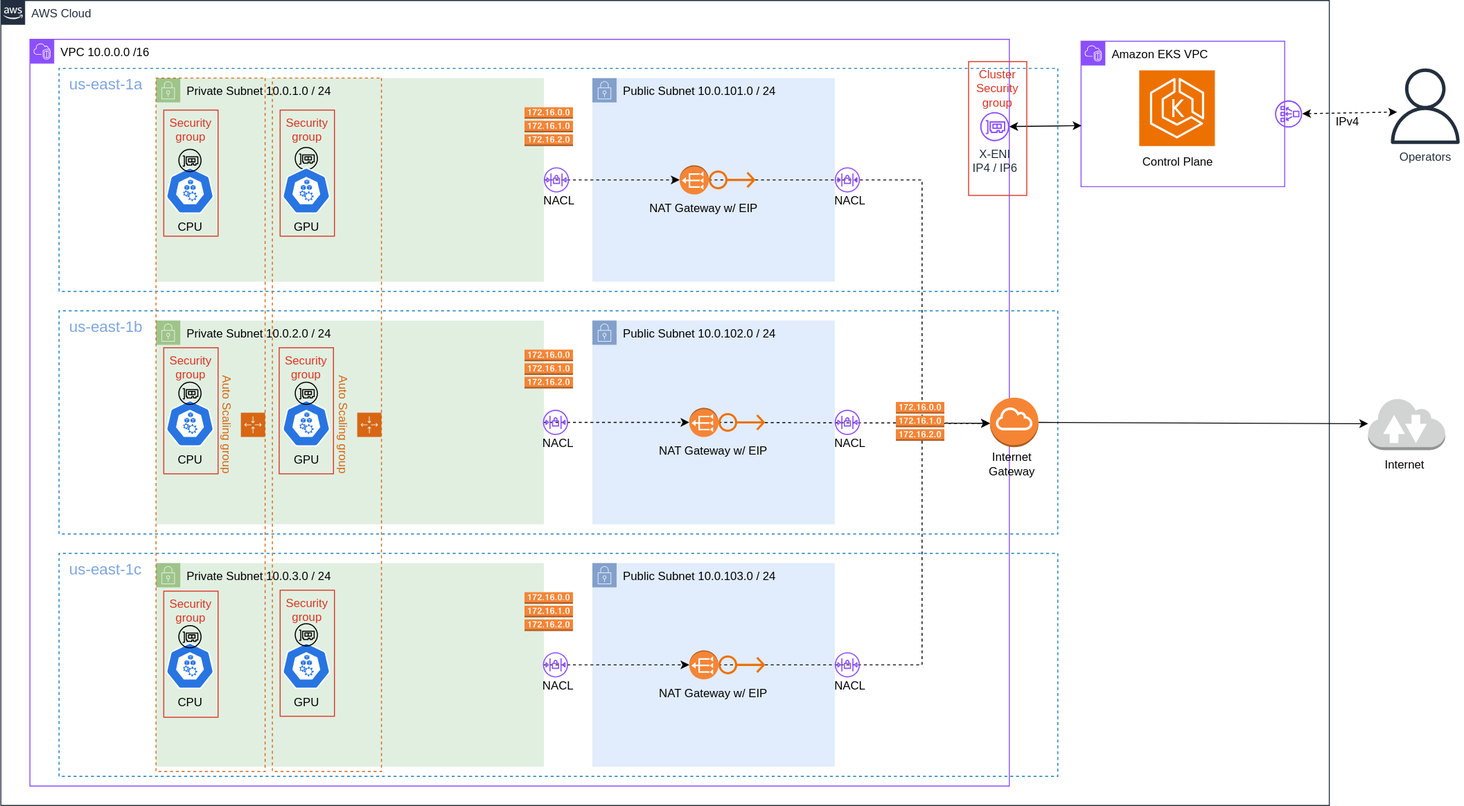
The draw.io diagram eks/docs/eks-cluster.drawio.svg in archegos-labs/platform, before a commit. Source tidied: cells renumbered, new cells last; positions are measured from the earlier drawing's top-left corner, leaving out a move shared by most shapes.
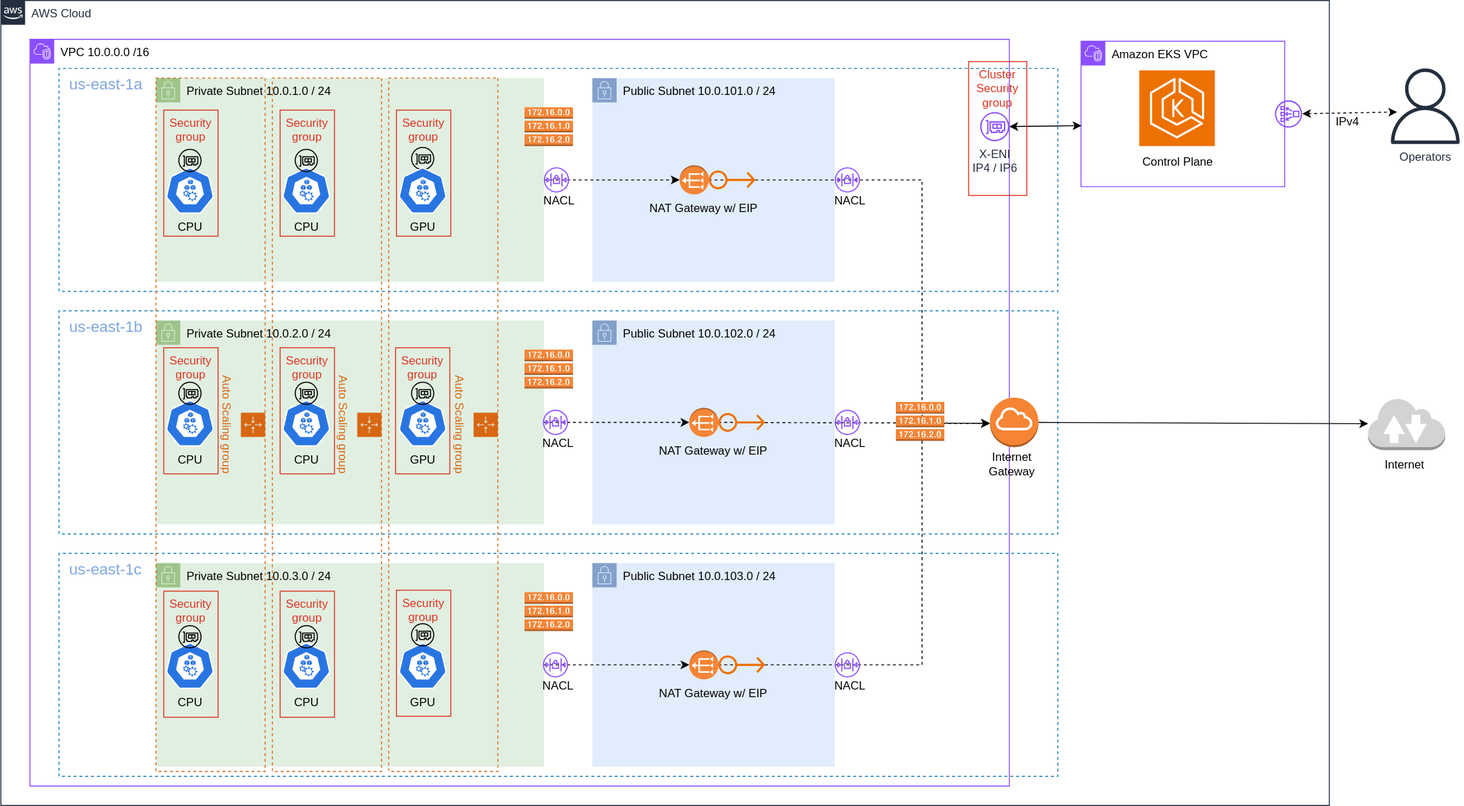
The same diagram one commit later.

What changed in the source:
```diff
@@ -229,7 +229,7 @@
       <mxGeometry x="-301.2" y="301.2" width="715" height="112.5" as="geometry" />
     </mxCell>
     <mxCell id="72" style="group;fontColor=#3333FF;" parent="1" vertex="1">
-      <mxGeometry x="421" y="80" width="112.5" height="715" as="geometry" />
+      <mxGeometry x="541" y="80" width="112.5" height="715" as="geometry" />
     </mxCell>
     <mxCell id="73" value="Auto Scaling group" style="gradientColor=none;html=1;whiteSpace=wrap;fontSize=12;fontStyle=0;shape=mxgraph.aws4.groupCenter;grIcon=mxgraph.aws4.group_auto_scaling_group;grStroke=1;strokeColor=#D86613;fillColor=none;verticalAlign=top;align=center;fontColor=#D86613;dashed=1;spacingTop=25;rotation=90;" parent="72" vertex="1">
       <mxGeometry x="-301.2" y="301.2" width="715" height="112.5" as="geometry" />
@@ -255,19 +255,19 @@
       <mxGeometry x="311" y="662" width="50" height="48" as="geometry" />
     </mxCell>
     <mxCell id="80" value="GPU" style="sketch=0;html=1;dashed=0;whitespace=wrap;verticalLabelPosition=bottom;verticalAlign=top;fillColor=#2875E2;strokeColor=#ffffff;shape=mxgraph.kubernetes.icon2;prIcon=node;" parent="1" vertex="1">
-      <mxGeometry x="431" y="172" width="50" height="48" as="geometry" />
+      <mxGeometry x="551" y="172" width="50" height="48" as="geometry" />
     </mxCell>
     <mxCell id="81" value="GPU" style="sketch=0;html=1;dashed=0;whitespace=wrap;verticalLabelPosition=bottom;verticalAlign=top;fillColor=#2875E2;strokeColor=#ffffff;shape=mxgraph.kubernetes.icon2;prIcon=node;" parent="1" vertex="1">
-      <mxGeometry x="431" y="412" width="50" height="48" as="geometry" />
+      <mxGeometry x="551" y="412" width="50" height="48" as="geometry" />
     </mxCell>
     <mxCell id="82" value="GPU" style="sketch=0;html=1;dashed=0;whitespace=wrap;verticalLabelPosition=bottom;verticalAlign=top;fillColor=#2875E2;strokeColor=#ffffff;shape=mxgraph.kubernetes.icon2;prIcon=node;" parent="1" vertex="1">
-      <mxGeometry x="431" y="662" width="50" height="48" as="geometry" />
+      <mxGeometry x="551" y="662" width="50" height="48" as="geometry" />
     </mxCell>
     <mxCell id="83" style="sketch=0;fillColor=none;dashed=0;verticalLabelPosition=bottom;verticalAlign=top;align=center;html=1;fontSize=12;fontStyle=0;shape=mxgraph.aws4.resourceIcon;resIcon=mxgraph.aws4.elastic_network_interface;" parent="1" vertex="1">
-      <mxGeometry x="441" y="390" width="30" height="30" as="geometry" />
+      <mxGeometry x="561" y="390" width="30" height="30" as="geometry" />
     </mxCell>
     <mxCell id="84" style="sketch=0;fillColor=none;dashed=0;verticalLabelPosition=bottom;verticalAlign=top;align=center;html=1;fontSize=12;fontStyle=0;shape=mxgraph.aws4.resourceIcon;resIcon=mxgraph.aws4.elastic_network_interface;" parent="1" vertex="1">
-      <mxGeometry x="441" y="639" width="30" height="30" as="geometry" />
+      <mxGeometry x="561" y="639" width="30" height="30" as="geometry" />
     </mxCell>
     <mxCell id="85" style="sketch=0;fillColor=none;dashed=0;verticalLabelPosition=bottom;verticalAlign=top;align=center;html=1;fontSize=12;fontStyle=0;shape=mxgraph.aws4.resourceIcon;resIcon=mxgraph.aws4.elastic_network_interface;" parent="1" vertex="1">
       <mxGeometry x="321" y="641" width="30" height="30" as="geometry" />
@@ -279,10 +279,10 @@
       <mxGeometry x="321" y="150" width="30" height="30" as="geometry" />
     </mxCell>
     <mxCell id="88" value="Security group" style="fillColor=none;strokeColor=#DD3522;verticalAlign=top;fontStyle=0;fontColor=#DD3522;whiteSpace=wrap;html=1;" parent="1" vertex="1">
-      <mxGeometry x="428" y="358" width="56" height="130" as="geometry" />
+      <mxGeometry x="548" y="358" width="56" height="130" as="geometry" />
     </mxCell>
     <mxCell id="89" value="Security group" style="fillColor=none;strokeColor=#DD3522;verticalAlign=top;fontStyle=0;fontColor=#DD3522;whiteSpace=wrap;html=1;" parent="1" vertex="1">
-      <mxGeometry x="429" y="113" width="56" height="130" as="geometry" />
+      <mxGeometry x="549" y="113" width="56" height="130" as="geometry" />
     </mxCell>
     <mxCell id="90" value="Security group" style="fillColor=none;strokeColor=#DD3522;verticalAlign=top;fontStyle=0;fontColor=#DD3522;whiteSpace=wrap;html=1;" parent="1" vertex="1">
       <mxGeometry x="309" y="113" width="56" height="130" as="geometry" />
@@ -294,10 +294,43 @@
       <mxGeometry x="309" y="609" width="56" height="130" as="geometry" />
     </mxCell>
     <mxCell id="93" value="Security group" style="fillColor=none;strokeColor=#DD3522;verticalAlign=top;fontStyle=0;fontColor=#DD3522;whiteSpace=wrap;html=1;" parent="1" vertex="1">
-      <mxGeometry x="429" y="608" width="56" height="130" as="geometry" />
+      <mxGeometry x="549" y="608" width="56" height="130" as="geometry" />
     </mxCell>
     <mxCell id="94" value="Cluster Security group" style="fillColor=none;strokeColor=#DD3522;verticalAlign=top;fontStyle=0;fontColor=#DD3522;whiteSpace=wrap;html=1;" parent="1" vertex="1">
       <mxGeometry x="1139" y="63" width="60" height="138" as="geometry" />
     </mxCell>
+    <mxCell id="95" style="group;" parent="1" vertex="1">
+      <mxGeometry x="421" y="80" width="112.5" height="715" as="geometry" />
+    </mxCell>
+    <mxCell id="96" value="Auto Scaling group" style="gradientColor=none;html=1;whiteSpace=wrap;fontSize=12;fontStyle=0;shape=mxgraph.aws4.groupCenter;grIcon=mxgraph.aws4.group_auto_scaling_group;grStroke=1;strokeColor=#D86613;fillColor=none;verticalAlign=top;align=center;fontColor=#D86613;dashed=1;spacingTop=25;rotation=90;" parent="95" vertex="1">
+      <mxGeometry x="-301.2" y="301.2" width="715" height="112.5" as="geometry" />
+    </mxCell>
+    <mxCell id="97" value="CPU" style="sketch=0;html=1;dashed=0;whitespace=wrap;verticalLabelPosition=bottom;verticalAlign=top;fillColor=#2875E2;strokeColor=#ffffff;shape=mxgraph.kubernetes.icon2;prIcon=node;" parent="1" vertex="1">
+      <mxGeometry x="431" y="172" width="50" height="48" as="geometry" />
+    </mxCell>
+    <mxCell id="98" value="CPU" style="sketch=0;html=1;dashed=0;whitespace=wrap;verticalLabelPosition=bottom;verticalAlign=top;fillColor=#2875E2;strokeColor=#ffffff;shape=mxgraph.kubernetes.icon2;prIcon=node;" parent="1" vertex="1">
+      <mxGeometry x="431" y="412" width="50" height="48" as="geometry" />
+    </mxCell>
+    <mxCell id="99" value="CPU" style="sketch=0;html=1;dashed=0;whitespace=wrap;verticalLabelPosition=bottom;verticalAlign=top;fillColor=#2875E2;strokeColor=#ffffff;shape=mxgraph.kubernetes.icon2;prIcon=node;" parent="1" vertex="1">
+      <mxGeometry x="431" y="662" width="50" height="48" as="geometry" />
+    </mxCell>
+    <mxCell id="100" style="sketch=0;fillColor=none;dashed=0;verticalLabelPosition=bottom;verticalAlign=top;align=center;html=1;fontSize=12;fontStyle=0;shape=mxgraph.aws4.resourceIcon;resIcon=mxgraph.aws4.elastic_network_interface;" parent="1" vertex="1">
+      <mxGeometry x="441" y="641" width="30" height="30" as="geometry" />
+    </mxCell>
+    <mxCell id="101" style="sketch=0;fillColor=none;dashed=0;verticalLabelPosition=bottom;verticalAlign=top;align=center;html=1;fontSize=12;fontStyle=0;shape=mxgraph.aws4.resourceIcon;resIcon=mxgraph.aws4.elastic_network_interface;" parent="1" vertex="1">
+      <mxGeometry x="441" y="390" width="30" height="30" as="geometry" />
+    </mxCell>
+    <mxCell id="102" style="sketch=0;fillColor=none;dashed=0;verticalLabelPosition=bottom;verticalAlign=top;align=center;html=1;fontSize=12;fontStyle=0;shape=mxgraph.aws4.resourceIcon;resIcon=mxgraph.aws4.elastic_network_interface;" parent="1" vertex="1">
+      <mxGeometry x="441" y="150" width="30" height="30" as="geometry" />
+    </mxCell>
+    <mxCell id="103" value="Security group" style="fillColor=none;strokeColor=#DD3522;verticalAlign=top;fontStyle=0;fontColor=#DD3522;whiteSpace=wrap;html=1;" parent="1" vertex="1">
+      <mxGeometry x="429" y="113" width="56" height="130" as="geometry" />
+    </mxCell>
+    <mxCell id="104" value="Security group" style="fillColor=none;strokeColor=#DD3522;verticalAlign=top;fontStyle=0;fontColor=#DD3522;whiteSpace=wrap;html=1;" parent="1" vertex="1">
+      <mxGeometry x="429" y="358" width="56" height="130" as="geometry" />
+    </mxCell>
+    <mxCell id="105" value="Security group" style="fillColor=none;strokeColor=#DD3522;verticalAlign=top;fontStyle=0;fontColor=#DD3522;whiteSpace=wrap;html=1;" parent="1" vertex="1">
+      <mxGeometry x="429" y="609" width="56" height="130" as="geometry" />
+    </mxCell>
   </root>
 </mxGraphModel>
```
